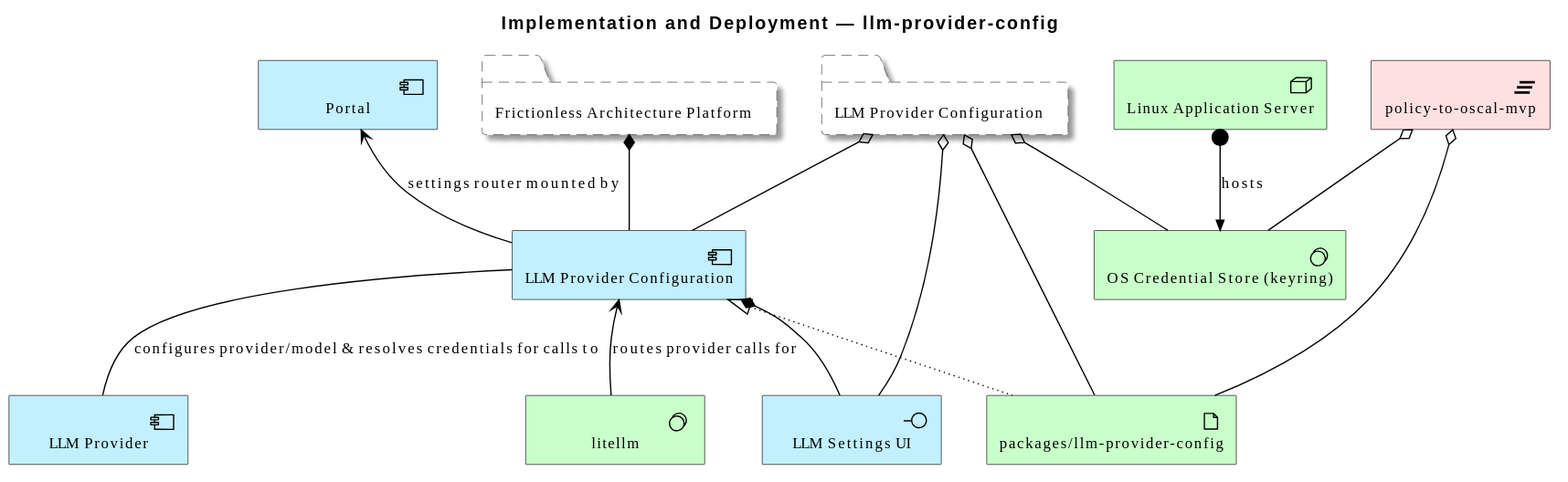
The PlantUML diagram architecture/model/diagrams/implementation/deployment/llm-provider-config.svg in wolffy-au/frictionless-architect, before a commit.
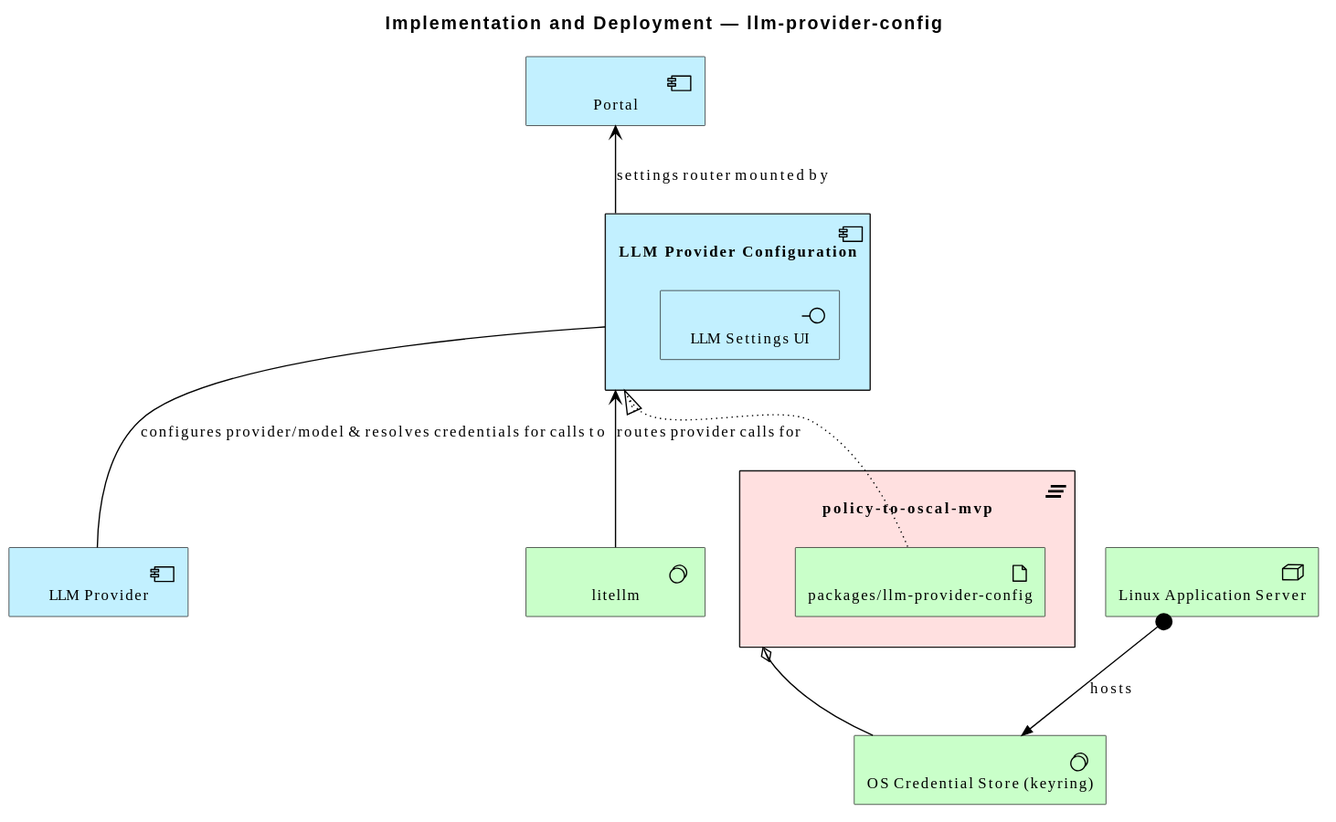
The same file after the commit.

Change to the diagram source:
```diff
@@ -4,29 +4,22 @@
 scale max 3800 width
 title Implementation and Deployment — llm-provider-config
 
-Grouping(e_id54dd4701dbf151, "Frictionless Architecture Platform")
-Application_Component(e_id305eddd7c8dc55, "LLM Provider Configuration")
+Application_Component(e_id305eddd7c8dc55, "LLM Provider Configuration") {
+  Application_Interface(e_idcefe9c2a8ca45f, "LLM Settings UI")
+}
 Application_Component(e_id6c2233bb09755d, "Portal")
-Application_Interface(e_idcefe9c2a8ca45f, "LLM Settings UI")
 Application_Component(e_id2610ae0cc2cc50, "LLM Provider")
-Technology_Artifact(e_id2b059f9c51b053, "packages/llm-provider-config")
 Technology_Node(e_id87c8b07cea4751, "Linux Application Server")
 Technology_SystemSoftware(e_ida94fafd401dd5f, "litellm")
 Technology_SystemSoftware(e_id35bf5bb401c95c, "OS Credential Store (keyring)")
-Implementation_Plateau(e_idb94c55ad2a0756, "policy-to-oscal-mvp")
-Grouping(e_id9820051a523257, "LLM Provider Configuration")
+Implementation_Plateau(e_idb94c55ad2a0756, "policy-to-oscal-mvp") {
+  Technology_Artifact(e_id2b059f9c51b053, "packages/llm-provider-config")
+}
 
-Rel_Composition(e_id54dd4701dbf151, e_id305eddd7c8dc55, "")
 Rel_Association(e_id305eddd7c8dc55, e_id2610ae0cc2cc50, "configures provider/model & resolves credentials for calls to")
 Rel_Realization_Up(e_id2b059f9c51b053, e_id305eddd7c8dc55, "")
-Rel_Composition(e_id305eddd7c8dc55, e_idcefe9c2a8ca45f, "")
 Rel_Serving_Up(e_id305eddd7c8dc55, e_id6c2233bb09755d, "settings router mounted by")
-Rel_Aggregation(e_idb94c55ad2a0756, e_id2b059f9c51b053, "")
 Rel_Assignment(e_id87c8b07cea4751, e_id35bf5bb401c95c, "hosts")
 Rel_Serving_Up(e_ida94fafd401dd5f, e_id305eddd7c8dc55, "routes provider calls for")
 Rel_Aggregation(e_idb94c55ad2a0756, e_id35bf5bb401c95c, "")
-Rel_Aggregation(e_id9820051a523257, e_id305eddd7c8dc55, "")
-Rel_Aggregation(e_id9820051a523257, e_idcefe9c2a8ca45f, "")
-Rel_Aggregation(e_id9820051a523257, e_id2b059f9c51b053, "")
-Rel_Aggregation(e_id9820051a523257, e_id35bf5bb401c95c, "")
 @enduml
```
